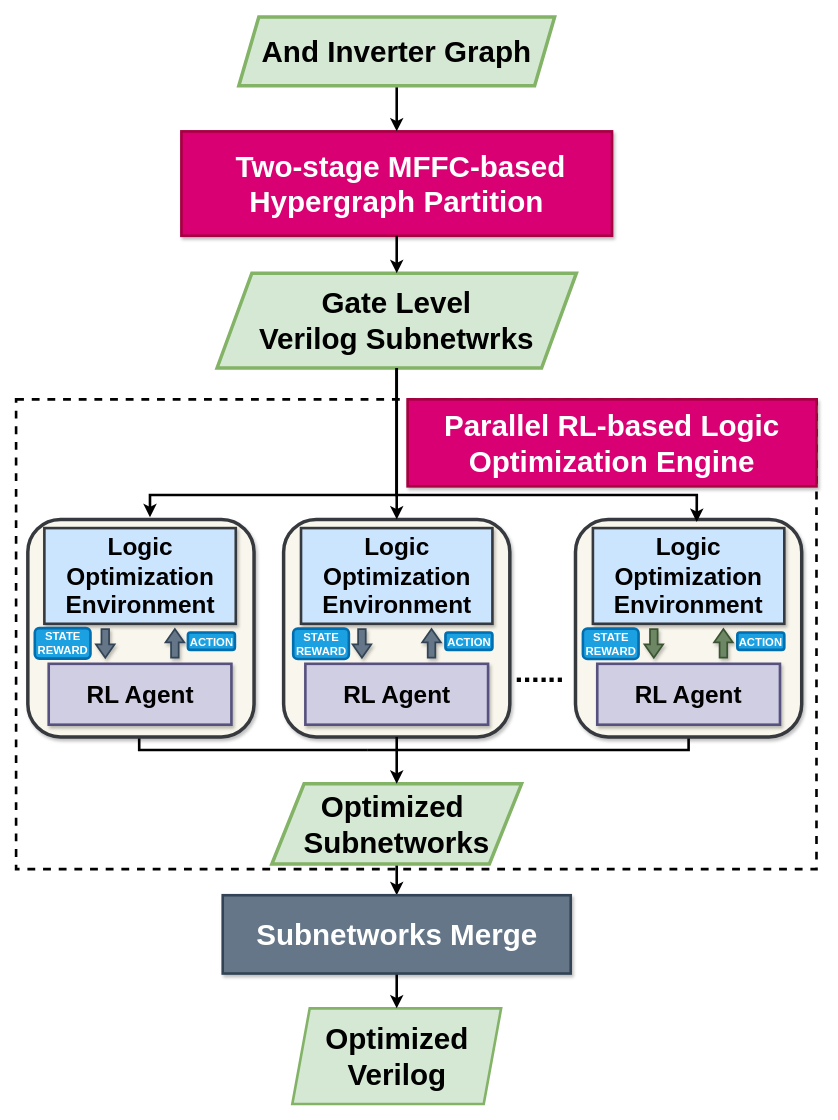
This is explorationEngine.drawio from kxzhu0505/LogicSynOpt, a draw.io file, before an edit. Source tidied: cells renumbered, new cells numbered last; positions are measured from the earlier drawing's top-left corner, leaving out a move shared by most shapes. Both pictures are drawn from the tidied source at 87%, with x=0, y=0 at pixel (16, 17).
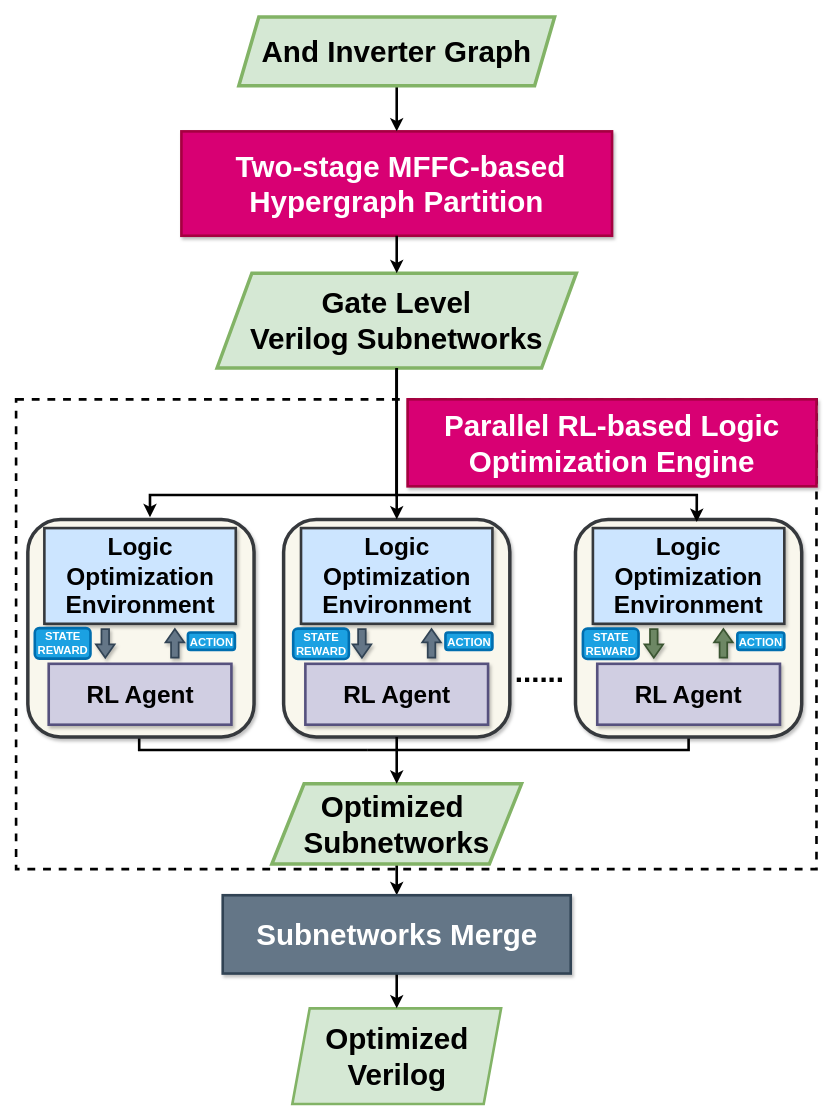
The same page after the edit.

Diff of the diagram source:
```diff
@@
-    <mxCell id="27" value="&lt;font style=&quot;font-size: 34px;&quot;&gt;&lt;b&gt;&lt;font style=&quot;font-size: 34px;&quot;&gt;Gate Level Verilog&lt;/font&gt;&lt;/b&gt;&lt;b style=&quot;background-color: initial;&quot;&gt;&lt;font style=&quot;font-size: 34px;&quot;&gt;&amp;nbsp;Subnetwrks&lt;/font&gt;&lt;/b&gt;&lt;/font&gt;" style="shape=parallelogram;perimeter=parallelogramPerimeter;whiteSpace=wrap;html=1;fixedSize=1;size=40;fillColor=#d5e8d4;strokeColor=#82b366;strokeWidth=4;" parent="1" vertex="1">
+    <mxCell id="27" value="&lt;font style=&quot;font-size: 34px;&quot;&gt;&lt;b&gt;&lt;font style=&quot;font-size: 34px;&quot;&gt;Gate Level Verilog&lt;/font&gt;&lt;/b&gt;&lt;b style=&quot;background-color: initial;&quot;&gt;&lt;font style=&quot;font-size: 34px;&quot;&gt;&amp;nbsp;Subnetworks&lt;/font&gt;&lt;/b&gt;&lt;/font&gt;" style="shape=parallelogram;perimeter=parallelogramPerimeter;whiteSpace=wrap;html=1;fixedSize=1;size=40;fillColor=#d5e8d4;strokeColor=#82b366;strokeWidth=4;" parent="1" vertex="1">
       <mxGeometry x="231" y="294.5" width="413" height="109" as="geometry" />
     </mxCell>
```
